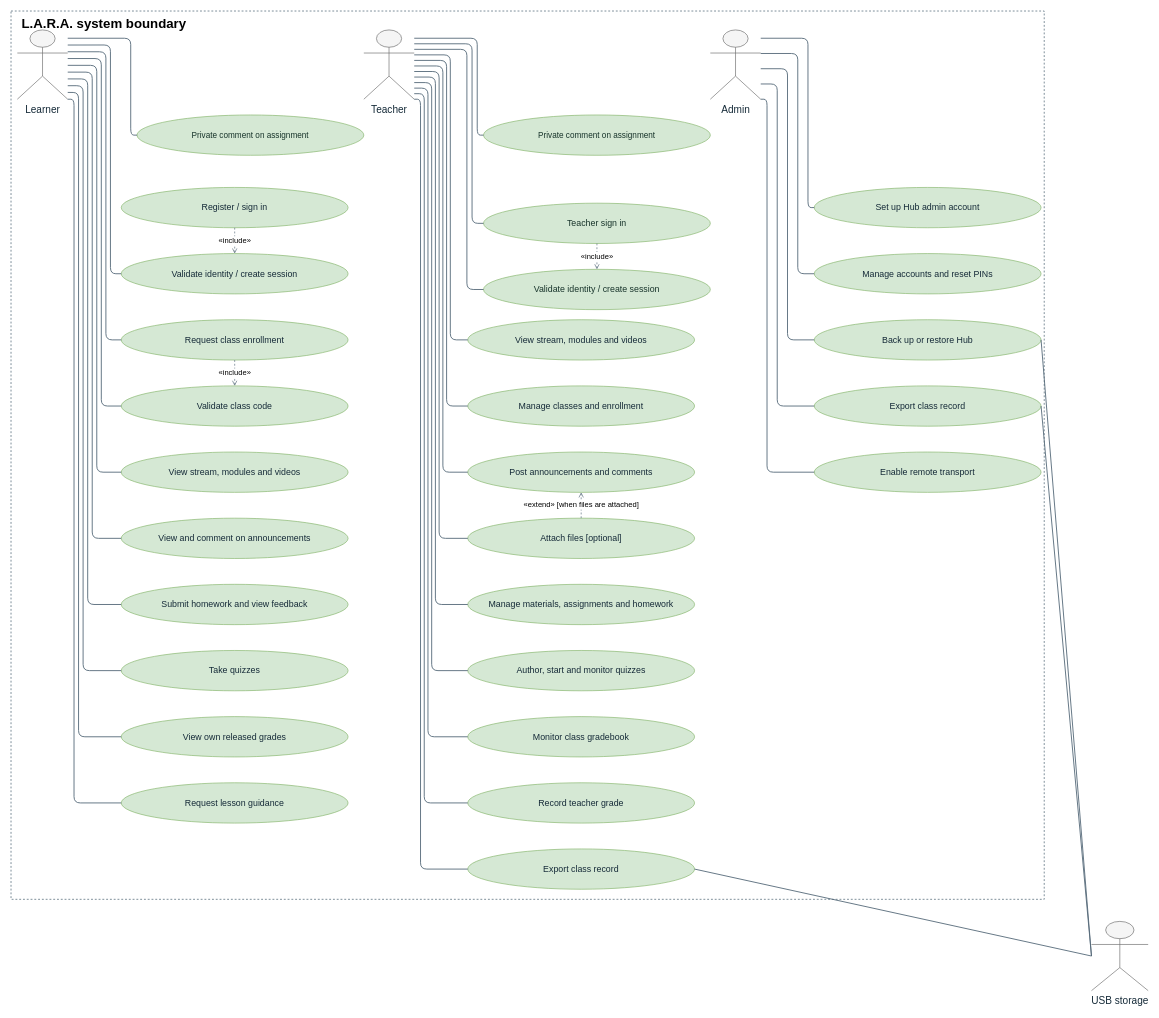
BootlegYouki/L.A.R.A keeps this draw.io diagram as docs/thesis/chapter-3/diagrams/use-case.drawio. Above is the earlier version. Source tidied: cells renumbered, new cells numbered last; positions are measured from the earlier drawing's top-left corner, leaving out a move shared by most shapes. Both pictures are drawn from the tidied source at 63%, with x=0, y=0 at pixel (11, 11).
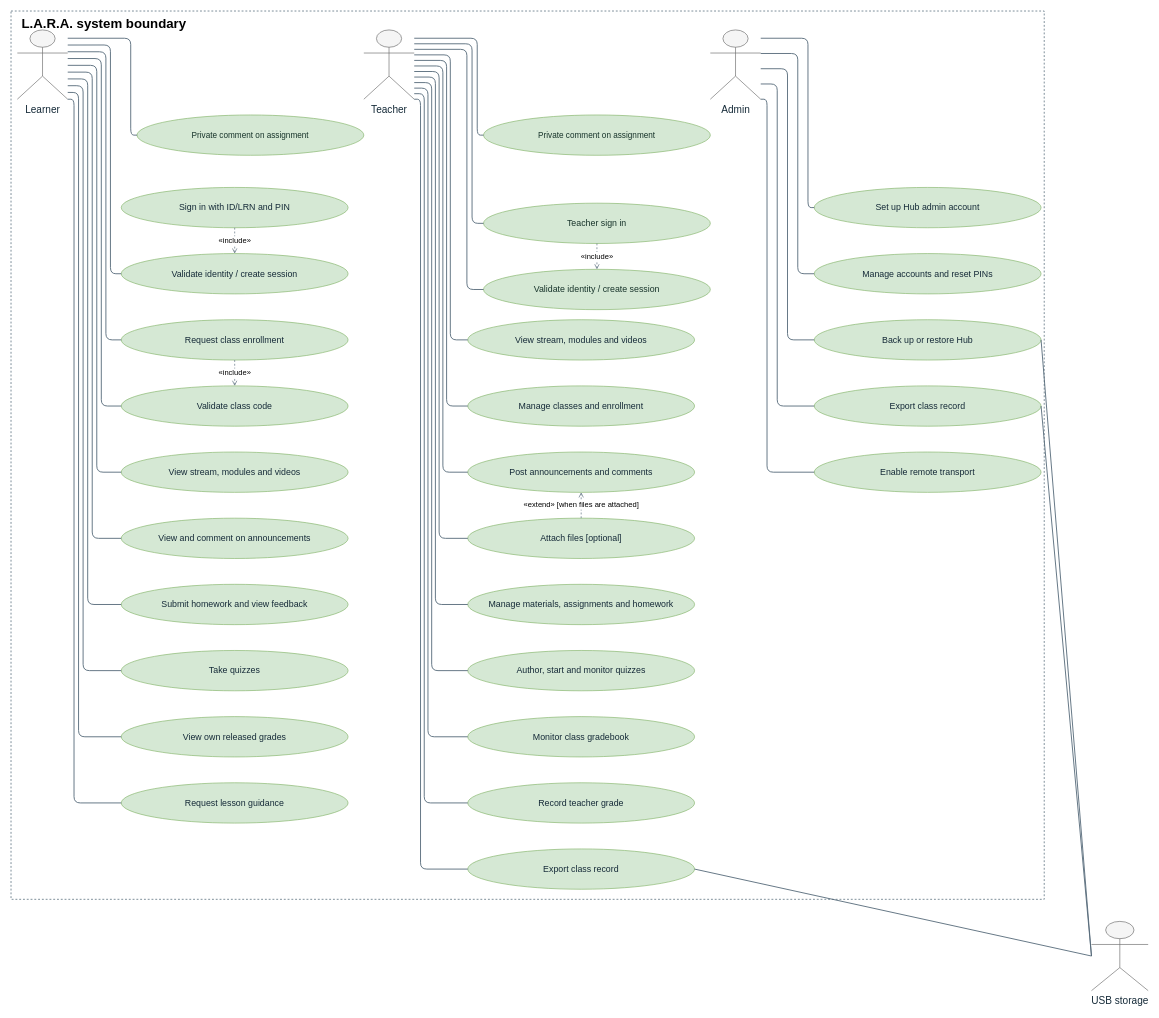
After the change.

The edit, as a diff of the source:
```diff
@@
-    <mxCell id="7" value="Register / sign in" style="ellipse;whiteSpace=wrap;html=1;fillColor=#d5e8d4;strokeColor=#82b366;fontColor=#152a38;fontSize=14;align=center;verticalAlign=middle;spacing=6;" parent="1" vertex="1">
+    <mxCell id="7" value="Sign in with ID/LRN and PIN" style="ellipse;whiteSpace=wrap;html=1;fillColor=#d5e8d4;strokeColor=#82b366;fontColor=#152a38;fontSize=14;align=center;verticalAlign=middle;spacing=6;" parent="1" vertex="1">
       <mxGeometry x="175" y="280" width="360" height="64" as="geometry" />
     </mxCell>
```
